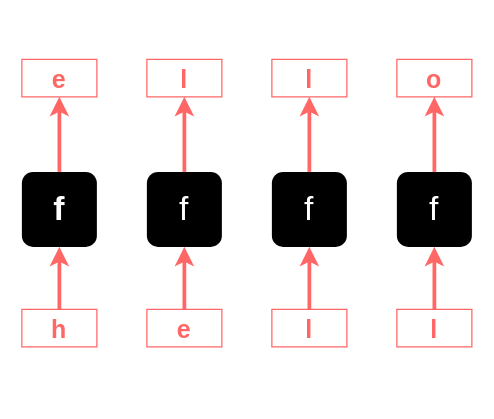
The draw.io diagram docs/source/img/rnn-4-black-boxes.drawio in QubitPi/lamassu, before the edit. Source tidied: cells renumbered, new cells numbered last; positions are measured from the earlier drawing's top-left corner, leaving out a move shared by most shapes. Both pictures are drawn from the tidied source at 125%, with x=0, y=0 at pixel (21, 59).
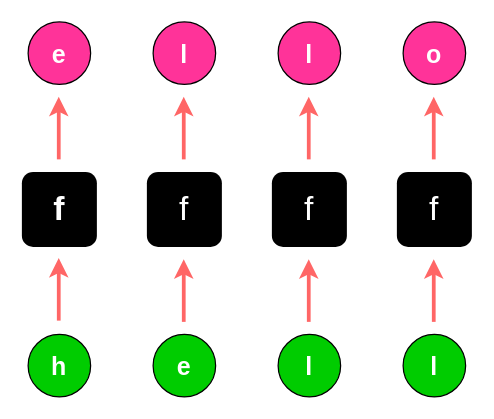
The same diagram, later.

The change refers to these unchanged cells:
```xml
<mxCell id="3" value="&lt;font size=&quot;1&quot; face=&quot;Italianno&quot; style=&quot;&quot; color=&quot;#ffffff&quot;&gt;&lt;b style=&quot;font-size: 27px;&quot;&gt;f&lt;/b&gt;&lt;/font&gt;" style="rounded=1;whiteSpace=wrap;html=1;fillColor=#000000;strokeColor=none;fontColor=#FF6666;" parent="1" vertex="1">
  <mxGeometry y="90" width="60" height="60" as="geometry" />
</mxCell>
<mxCell id="5" value="&lt;font color=&quot;#ffffff&quot; face=&quot;Italianno&quot; style=&quot;font-size: 27px;&quot;&gt;f&lt;/font&gt;" style="rounded=1;whiteSpace=wrap;html=1;fillColor=#000000;strokeColor=none;fontColor=#FF6666;" parent="1" vertex="1">
  <mxGeometry x="100" y="90" width="60" height="60" as="geometry" />
</mxCell>
<mxCell id="7" value="&lt;span style=&quot;color: rgb(255, 255, 255); font-family: Italianno; font-size: 27px;&quot;&gt;f&lt;/span&gt;" style="rounded=1;whiteSpace=wrap;html=1;fillColor=#000000;strokeColor=none;fontColor=#FF6666;" parent="1" vertex="1">
  <mxGeometry x="200" y="90" width="60" height="60" as="geometry" />
</mxCell>
<mxCell id="9" value="&lt;span style=&quot;color: rgb(255, 255, 255); font-family: Italianno; font-size: 27px;&quot;&gt;f&lt;/span&gt;" style="rounded=1;whiteSpace=wrap;html=1;fillColor=#000000;strokeColor=none;fontColor=#FF6666;" parent="1" vertex="1">
  <mxGeometry x="300" y="90" width="60" height="60" as="geometry" />
</mxCell>
```

Change to the diagram source:
```diff
@@
-    <mxCell id="2" style="edgeStyle=orthogonalEdgeStyle;rounded=0;jettySize=auto;html=1;exitX=0.5;exitY=0;exitDx=0;exitDy=0;entryX=0.5;entryY=1;entryDx=0;entryDy=0;strokeWidth=3;strokeColor=#FF6666;" parent="1" edge="1" source="3" target="18">
-      <mxGeometry relative="1" as="geometry" />
-    </mxCell>
@@
-    <mxCell id="4" style="edgeStyle=orthogonalEdgeStyle;rounded=0;jettySize=auto;html=1;exitX=0.5;exitY=0;exitDx=0;exitDy=0;entryX=0.5;entryY=1;entryDx=0;entryDy=0;strokeWidth=3;strokeColor=#FF6666;" parent="1" edge="1" source="5" target="19">
-      <mxGeometry relative="1" as="geometry" />
-    </mxCell>
@@
-    <mxCell id="6" style="edgeStyle=orthogonalEdgeStyle;rounded=0;jettySize=auto;html=1;exitX=0.5;exitY=0;exitDx=0;exitDy=0;entryX=0.5;entryY=1;entryDx=0;entryDy=0;strokeWidth=3;strokeColor=#FF6666;" parent="1" edge="1" source="7" target="20">
-      <mxGeometry relative="1" as="geometry" />
-    </mxCell>
@@
-    <mxCell id="8" style="edgeStyle=orthogonalEdgeStyle;rounded=0;jettySize=auto;html=1;exitX=0.5;exitY=0;exitDx=0;exitDy=0;entryX=0.5;entryY=1;entryDx=0;entryDy=0;strokeWidth=3;strokeColor=#FF6666;" parent="1" edge="1" source="9" target="21">
-      <mxGeometry relative="1" as="geometry" />
-    </mxCell>
@@
-    <mxCell id="10" style="edgeStyle=orthogonalEdgeStyle;rounded=0;jettySize=auto;html=1;exitX=0.5;exitY=0;exitDx=0;exitDy=0;strokeWidth=3;strokeColor=#FF6666;fontColor=#FF6666;" parent="1" edge="1" source="11" target="3">
-      <mxGeometry relative="1" as="geometry" />
+    <mxCell id="10" style="edgeStyle=orthogonalEdgeStyle;rounded=0;orthogonalLoop=1;jettySize=auto;html=1;exitX=0.5;exitY=0;exitDx=0;exitDy=0;strokeWidth=3;strokeColor=#FF6666;fontColor=#FF6666;" parent="1" edge="1">
+      <mxGeometry relative="1" as="geometry">
+        <mxPoint x="29.5" y="209" as="sourcePoint" />
+        <mxPoint x="29.5" y="159" as="targetPoint" />
+      </mxGeometry>
     </mxCell>
-    <mxCell id="11" value="&lt;font face=&quot;Ubuntu&quot; size=&quot;1&quot;&gt;&lt;b style=&quot;font-size: 20px;&quot;&gt;h&lt;/b&gt;&lt;/font&gt;" style="text;html=1;align=center;verticalAlign=middle;whiteSpace=wrap;rounded=0;strokeColor=#FF6666;fontColor=#FF6666;" parent="1" vertex="1">
-      <mxGeometry y="200" width="60" height="30" as="geometry" />
+    <mxCell id="11" value="&lt;font face=&quot;Ubuntu&quot; style=&quot;font-size: 20px;&quot;&gt;&lt;b&gt;h&lt;/b&gt;&lt;/font&gt;" style="ellipse;whiteSpace=wrap;html=1;fillColor=#00CC00;fontColor=#FFFFFF;" parent="1" vertex="1">
+      <mxGeometry x="5" y="220" width="50" height="50" as="geometry" />
     </mxCell>
-    <mxCell id="12" style="edgeStyle=orthogonalEdgeStyle;rounded=0;jettySize=auto;html=1;exitX=0.5;exitY=0;exitDx=0;exitDy=0;entryX=0.5;entryY=1;entryDx=0;entryDy=0;strokeWidth=3;strokeColor=#FF6666;fontColor=#FF6666;" parent="1" edge="1" source="13" target="5">
-      <mxGeometry relative="1" as="geometry" />
-    </mxCell>
-    <mxCell id="13" value="&lt;font face=&quot;Ubuntu&quot; size=&quot;1&quot;&gt;&lt;b style=&quot;font-size: 20px;&quot;&gt;e&lt;/b&gt;&lt;/font&gt;" style="text;html=1;align=center;verticalAlign=middle;whiteSpace=wrap;rounded=0;strokeColor=#FF6666;fontColor=#FF6666;" parent="1" vertex="1">
-      <mxGeometry x="100" y="200" width="60" height="30" as="geometry" />
-    </mxCell>
-    <mxCell id="14" style="edgeStyle=orthogonalEdgeStyle;rounded=0;jettySize=auto;html=1;strokeWidth=3;strokeColor=#FF6666;fontColor=#FF6666;" parent="1" edge="1" source="15" target="7">
-      <mxGeometry relative="1" as="geometry" />
-    </mxCell>
-    <mxCell id="15" value="&lt;font face=&quot;Ubuntu&quot; size=&quot;1&quot;&gt;&lt;b style=&quot;font-size: 20px;&quot;&gt;l&lt;/b&gt;&lt;/font&gt;" style="text;html=1;align=center;verticalAlign=middle;whiteSpace=wrap;rounded=0;strokeColor=#FF6666;fontColor=#FF6666;" parent="1" vertex="1">
-      <mxGeometry x="200" y="200" width="60" height="30" as="geometry" />
-    </mxCell>
-    <mxCell id="16" style="edgeStyle=orthogonalEdgeStyle;rounded=0;jettySize=auto;html=1;exitX=0.5;exitY=0;exitDx=0;exitDy=0;strokeWidth=3;strokeColor=#FF6666;fontColor=#FF6666;" parent="1" edge="1" source="17" target="9">
-      <mxGeometry relative="1" as="geometry" />
-    </mxCell>
-    <mxCell id="17" value="&lt;font face=&quot;Ubuntu&quot; size=&quot;1&quot;&gt;&lt;b style=&quot;font-size: 20px;&quot;&gt;l&lt;/b&gt;&lt;/font&gt;" style="text;html=1;align=center;verticalAlign=middle;whiteSpace=wrap;rounded=0;strokeColor=#FF6666;fontColor=#FF6666;" parent="1" vertex="1">
-      <mxGeometry x="300" y="200" width="60" height="30" as="geometry" />
-    </mxCell>
-    <mxCell id="18" value="&lt;font face=&quot;Ubuntu&quot; size=&quot;1&quot;&gt;&lt;b style=&quot;font-size: 20px;&quot;&gt;e&lt;/b&gt;&lt;/font&gt;" style="text;html=1;align=center;verticalAlign=middle;whiteSpace=wrap;rounded=0;strokeColor=#FF6666;fontColor=#FF6666;" parent="1" vertex="1">
-      <mxGeometry width="60" height="30" as="geometry" />
-    </mxCell>
-    <mxCell id="19" value="&lt;font face=&quot;Ubuntu&quot; size=&quot;1&quot;&gt;&lt;b style=&quot;font-size: 20px;&quot;&gt;l&lt;/b&gt;&lt;/font&gt;" style="text;html=1;align=center;verticalAlign=middle;whiteSpace=wrap;rounded=0;strokeColor=#FF6666;fontColor=#FF6666;" parent="1" vertex="1">
-      <mxGeometry x="100" width="60" height="30" as="geometry" />
-    </mxCell>
-    <mxCell id="20" value="&lt;font face=&quot;Ubuntu&quot; size=&quot;1&quot;&gt;&lt;b style=&quot;font-size: 20px;&quot;&gt;l&lt;/b&gt;&lt;/font&gt;" style="text;html=1;align=center;verticalAlign=middle;whiteSpace=wrap;rounded=0;strokeColor=#FF6666;fontColor=#FF6666;" parent="1" vertex="1">
-      <mxGeometry x="200" width="60" height="30" as="geometry" />
-    </mxCell>
+    <mxCell id="22" style="edgeStyle=orthogonalEdgeStyle;rounded=0;orthogonalLoop=1;jettySize=auto;html=1;exitX=0.5;exitY=0;exitDx=0;exitDy=0;strokeWidth=3;strokeColor=#FF6666;fontColor=#FF6666;" parent="1" edge="1">
+      <mxGeometry relative="1" as="geometry">
+        <mxPoint x="29.5" y="80" as="sourcePoint" />
+        <mxPoint x="29.5" y="30" as="targetPoint" />
+      </mxGeometry>
+    </mxCell>
+    <mxCell id="23" value="&lt;font face=&quot;Ubuntu&quot;&gt;&lt;span style=&quot;font-size: 20px;&quot;&gt;&lt;b&gt;e&lt;/b&gt;&lt;/span&gt;&lt;/font&gt;" style="ellipse;whiteSpace=wrap;html=1;fillColor=#FF3399;fontColor=#FFFFFF;" parent="1" vertex="1">
+      <mxGeometry x="5" y="-30" width="50" height="50" as="geometry" />
+    </mxCell>
+    <mxCell id="24" value="&lt;font face=&quot;Ubuntu&quot;&gt;&lt;span style=&quot;font-size: 20px;&quot;&gt;&lt;b&gt;l&lt;/b&gt;&lt;/span&gt;&lt;/font&gt;" style="ellipse;whiteSpace=wrap;html=1;fillColor=#FF3399;fontColor=#FFFFFF;" parent="1" vertex="1">
+      <mxGeometry x="105" y="-30" width="50" height="50" as="geometry" />
+    </mxCell>
+    <mxCell id="25" value="&lt;font face=&quot;Ubuntu&quot;&gt;&lt;span style=&quot;font-size: 20px;&quot;&gt;&lt;b&gt;l&lt;/b&gt;&lt;/span&gt;&lt;/font&gt;" style="ellipse;whiteSpace=wrap;html=1;fillColor=#FF3399;fontColor=#FFFFFF;" parent="1" vertex="1">
+      <mxGeometry x="205" y="-30" width="50" height="50" as="geometry" />
+    </mxCell>
-    <mxCell id="21" value="&lt;font face=&quot;Ubuntu&quot; size=&quot;1&quot;&gt;&lt;b style=&quot;font-size: 20px;&quot;&gt;o&lt;/b&gt;&lt;/font&gt;" style="text;html=1;align=center;verticalAlign=middle;whiteSpace=wrap;rounded=0;strokeColor=#FF6666;fontColor=#FF6666;" parent="1" vertex="1">
-      <mxGeometry x="300" width="60" height="30" as="geometry" />
+    <mxCell id="21" value="&lt;font face=&quot;Ubuntu&quot;&gt;&lt;span style=&quot;font-size: 20px;&quot;&gt;&lt;b&gt;o&lt;/b&gt;&lt;/span&gt;&lt;/font&gt;" style="ellipse;whiteSpace=wrap;html=1;fillColor=#FF3399;fontColor=#FFFFFF;" parent="1" vertex="1">
+      <mxGeometry x="305" y="-30" width="50" height="50" as="geometry" />
     </mxCell>
+    <mxCell id="26" style="edgeStyle=orthogonalEdgeStyle;rounded=0;orthogonalLoop=1;jettySize=auto;html=1;exitX=0.5;exitY=0;exitDx=0;exitDy=0;strokeWidth=3;strokeColor=#FF6666;fontColor=#FF6666;" parent="1" edge="1">
+      <mxGeometry relative="1" as="geometry">
+        <mxPoint x="129.5" y="80" as="sourcePoint" />
+        <mxPoint x="129.5" y="30" as="targetPoint" />
+      </mxGeometry>
+    </mxCell>
+    <mxCell id="27" style="edgeStyle=orthogonalEdgeStyle;rounded=0;orthogonalLoop=1;jettySize=auto;html=1;exitX=0.5;exitY=0;exitDx=0;exitDy=0;strokeWidth=3;strokeColor=#FF6666;fontColor=#FF6666;" parent="1" edge="1">
+      <mxGeometry relative="1" as="geometry">
+        <mxPoint x="229.5" y="80" as="sourcePoint" />
+        <mxPoint x="229.5" y="30" as="targetPoint" />
+      </mxGeometry>
+    </mxCell>
+    <mxCell id="28" style="edgeStyle=orthogonalEdgeStyle;rounded=0;orthogonalLoop=1;jettySize=auto;html=1;exitX=0.5;exitY=0;exitDx=0;exitDy=0;strokeWidth=3;strokeColor=#FF6666;fontColor=#FF6666;" parent="1" edge="1">
+      <mxGeometry relative="1" as="geometry">
+        <mxPoint x="329.5" y="80" as="sourcePoint" />
+        <mxPoint x="329.5" y="30" as="targetPoint" />
+      </mxGeometry>
+    </mxCell>
+    <mxCell id="29" value="&lt;font face=&quot;Ubuntu&quot; style=&quot;font-size: 20px;&quot;&gt;&lt;b&gt;e&lt;/b&gt;&lt;/font&gt;" style="ellipse;whiteSpace=wrap;html=1;fillColor=#00CC00;fontColor=#FFFFFF;" parent="1" vertex="1">
+      <mxGeometry x="105" y="220" width="50" height="50" as="geometry" />
+    </mxCell>
+    <mxCell id="30" value="&lt;font face=&quot;Ubuntu&quot; style=&quot;font-size: 20px;&quot;&gt;&lt;b&gt;l&lt;/b&gt;&lt;/font&gt;" style="ellipse;whiteSpace=wrap;html=1;fillColor=#00CC00;fontColor=#FFFFFF;" parent="1" vertex="1">
+      <mxGeometry x="205" y="220" width="50" height="50" as="geometry" />
+    </mxCell>
+    <mxCell id="31" value="&lt;font face=&quot;Ubuntu&quot; style=&quot;font-size: 20px;&quot;&gt;&lt;b&gt;l&lt;/b&gt;&lt;/font&gt;" style="ellipse;whiteSpace=wrap;html=1;fillColor=#00CC00;fontColor=#FFFFFF;" parent="1" vertex="1">
+      <mxGeometry x="305" y="220" width="50" height="50" as="geometry" />
+    </mxCell>
+    <mxCell id="32" style="edgeStyle=orthogonalEdgeStyle;rounded=0;orthogonalLoop=1;jettySize=auto;html=1;exitX=0.5;exitY=0;exitDx=0;exitDy=0;strokeWidth=3;strokeColor=#FF6666;fontColor=#FF6666;" parent="1" edge="1">
+      <mxGeometry relative="1" as="geometry">
+        <mxPoint x="129.5" y="210" as="sourcePoint" />
+        <mxPoint x="129.5" y="160" as="targetPoint" />
+      </mxGeometry>
+    </mxCell>
+    <mxCell id="33" style="edgeStyle=orthogonalEdgeStyle;rounded=0;orthogonalLoop=1;jettySize=auto;html=1;exitX=0.5;exitY=0;exitDx=0;exitDy=0;strokeWidth=3;strokeColor=#FF6666;fontColor=#FF6666;" parent="1" edge="1">
+      <mxGeometry relative="1" as="geometry">
+        <mxPoint x="229.5" y="210" as="sourcePoint" />
+        <mxPoint x="229.5" y="160" as="targetPoint" />
+      </mxGeometry>
+    </mxCell>
+    <mxCell id="34" style="edgeStyle=orthogonalEdgeStyle;rounded=0;orthogonalLoop=1;jettySize=auto;html=1;exitX=0.5;exitY=0;exitDx=0;exitDy=0;strokeWidth=3;strokeColor=#FF6666;fontColor=#FF6666;" parent="1" edge="1">
+      <mxGeometry relative="1" as="geometry">
+        <mxPoint x="329.5" y="210" as="sourcePoint" />
+        <mxPoint x="329.5" y="160" as="targetPoint" />
+      </mxGeometry>
+    </mxCell>
```
